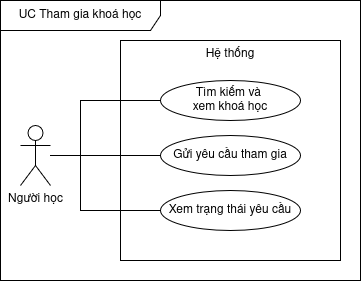
Earlier version of the draw.io export tex/main/Hinhve/usecasephanra/usecasephanra_thamgiakhoahoc.png (tuyennguyentech/bachelor-thesis). Source tidied: cells renumbered, new cells last; positions are measured from the earlier drawing's top-left corner, leaving out a move shared by most shapes.
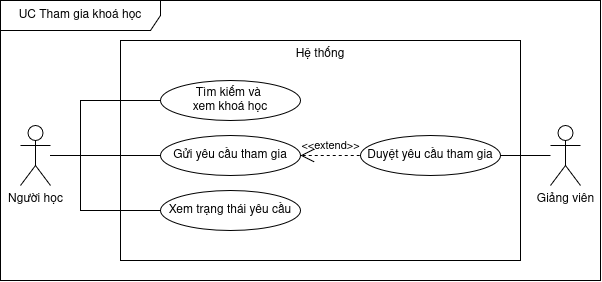
Above is the later version.

What changed in the source:
```diff
@@ -3,10 +3,10 @@
     <mxCell id="0" />
     <mxCell id="1" parent="0" />
     <mxCell id="2" value="UC Tham gia khoá học" style="shape=umlFrame;whiteSpace=wrap;html=1;width=160;" parent="1" vertex="1">
-      <mxGeometry width="360" height="280" as="geometry" />
+      <mxGeometry width="600" height="280" as="geometry" />
     </mxCell>
     <mxCell id="3" value="Hệ thống" style="rounded=0;whiteSpace=wrap;html=1;verticalAlign=top;" parent="2" vertex="1">
-      <mxGeometry x="120" y="40" width="220" height="220" as="geometry" />
+      <mxGeometry x="120" y="40" width="400" height="220" as="geometry" />
     </mxCell>
     <mxCell id="4" value="&lt;div&gt;Tìm kiếm và&amp;nbsp;&lt;/div&gt;&lt;div&gt;xem khoá học&lt;/div&gt;" style="ellipse;whiteSpace=wrap;html=1;" parent="2" vertex="1">
       <mxGeometry x="160" y="80" width="140" height="40" as="geometry" />
@@ -39,5 +39,17 @@
     <mxCell id="10" value="Người học" style="shape=umlActor;verticalLabelPosition=bottom;verticalAlign=top;html=1;" parent="2" vertex="1">
       <mxGeometry x="20" y="125" width="30" height="60" as="geometry" />
     </mxCell>
+    <mxCell id="11" style="edgeStyle=orthogonalEdgeStyle;rounded=0;jettySize=auto;html=1;entryX=1;entryY=0.5;entryDx=0;entryDy=0;endArrow=none;endFill=0;" parent="2" edge="1" source="12" target="13">
+      <mxGeometry relative="1" as="geometry" />
+    </mxCell>
+    <mxCell id="12" value="Giảng viên" style="shape=umlActor;verticalLabelPosition=bottom;verticalAlign=top;html=1;" parent="2" vertex="1">
+      <mxGeometry x="550" y="125" width="30" height="60" as="geometry" />
+    </mxCell>
+    <mxCell id="13" value="Duyệt yêu cầu tham gia" style="ellipse;whiteSpace=wrap;html=1;" parent="2" vertex="1">
+      <mxGeometry x="360" y="135" width="140" height="40" as="geometry" />
+    </mxCell>
+    <mxCell id="14" value="&amp;lt;&amp;lt;extend&amp;gt;&amp;gt;" style="edgeStyle=none;html=1;startArrow=open;endArrow=none;startSize=12;verticalAlign=bottom;dashed=1;labelBackgroundColor=none;rounded=0;entryX=0;entryY=0.5;entryDx=0;entryDy=0;exitX=1;exitY=0.5;exitDx=0;exitDy=0;" parent="2" edge="1" source="5" target="13">
+      <mxGeometry relative="1" as="geometry" />
+    </mxCell>
   </root>
 </mxGraphModel>
```
